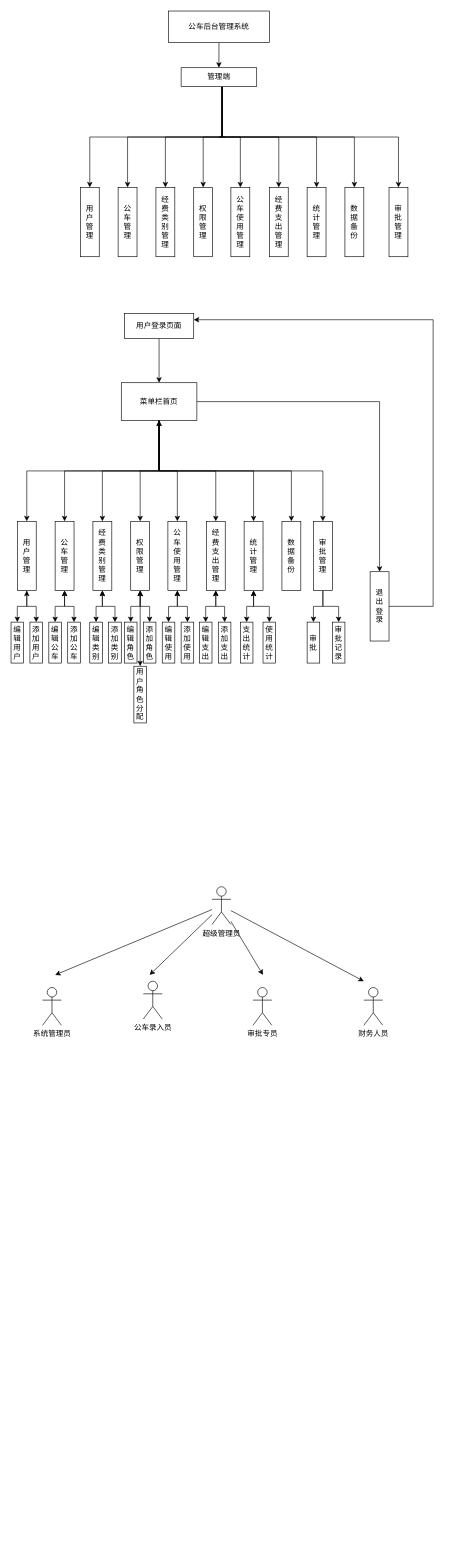
Above: Untitled Diagram.drawio in tkbyjb/HexoToTypecho (draw.io), before the change. Source tidied: cells renumbered, new cells numbered last; positions are measured from the earlier drawing's top-left corner, leaving out a move shared by most shapes. Both pictures are drawn from the tidied source at 63%, with x=0, y=0 at pixel (11, 11).
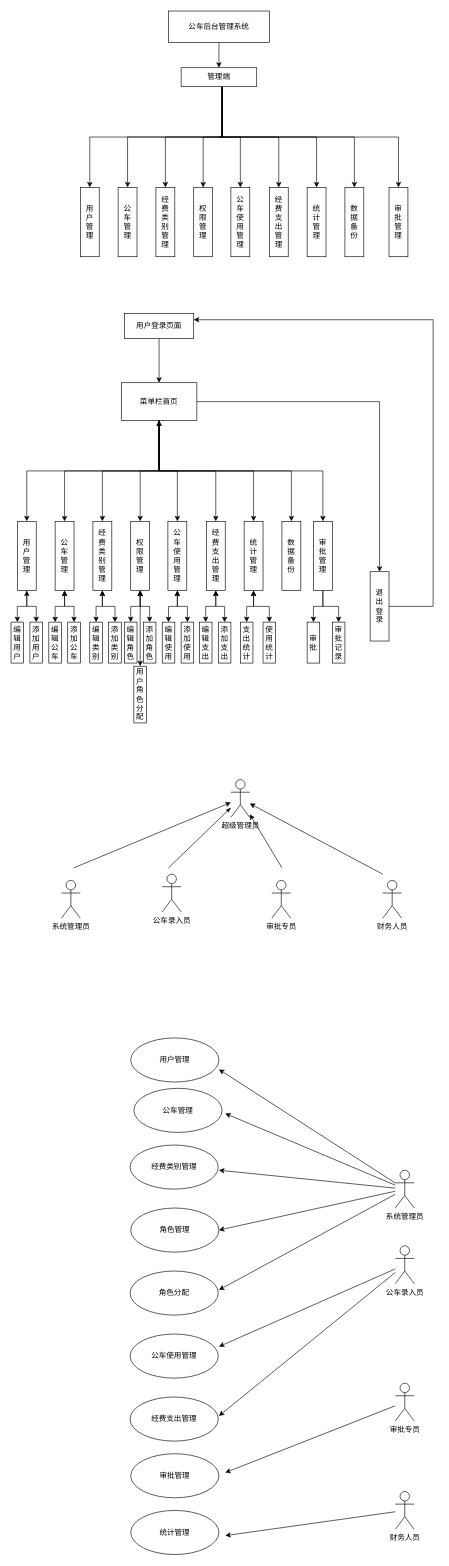
After the change.

Diff of the diagram source:
```diff
@@
-    <mxCell id="81" style="rounded=0;jettySize=auto;html=1;startArrow=none;startFill=0;" parent="1" edge="1" source="85">
+    <mxCell id="81" style="rounded=0;jettySize=auto;html=1;startArrow=classicThin;startFill=1;endArrow=none;endFill=0;" parent="1" edge="1" source="85">
       <mxGeometry relative="1" as="geometry">
-        <mxPoint x="220" y="1530" as="targetPoint" />
+        <mxPoint x="250" y="1360" as="targetPoint" />
       </mxGeometry>
     </mxCell>
-    <mxCell id="82" style="edgeStyle=none;rounded=0;jettySize=auto;html=1;startArrow=none;startFill=0;" parent="1" edge="1" source="85">
+    <mxCell id="82" style="edgeStyle=none;rounded=0;jettySize=auto;html=1;startArrow=classic;startFill=1;endArrow=none;endFill=0;" parent="1" edge="1" source="85">
       <mxGeometry relative="1" as="geometry">
-        <mxPoint x="400" y="1530" as="targetPoint" />
+        <mxPoint x="430" y="1360" as="targetPoint" />
       </mxGeometry>
     </mxCell>
-    <mxCell id="83" style="edgeStyle=none;rounded=0;jettySize=auto;html=1;startArrow=none;startFill=0;" parent="1" edge="1" source="85">
+    <mxCell id="83" style="edgeStyle=none;rounded=0;jettySize=auto;html=1;startArrow=classic;startFill=1;endArrow=none;endFill=0;" parent="1" edge="1" source="85">
       <mxGeometry relative="1" as="geometry">
-        <mxPoint x="560" y="1540" as="targetPoint" />
+        <mxPoint x="590" y="1370" as="targetPoint" />
       </mxGeometry>
     </mxCell>
-    <mxCell id="84" style="edgeStyle=none;rounded=0;jettySize=auto;html=1;startArrow=none;startFill=0;" parent="1" edge="1" source="85">
+    <mxCell id="84" style="edgeStyle=none;rounded=0;jettySize=auto;html=1;startArrow=classic;startFill=1;endArrow=none;endFill=0;" parent="1" edge="1" source="85">
       <mxGeometry relative="1" as="geometry">
-        <mxPoint x="70" y="1530" as="targetPoint" />
+        <mxPoint x="100" y="1360" as="targetPoint" />
       </mxGeometry>
     </mxCell>
     <mxCell id="85" value="超级管理员" style="shape=umlActor;verticalLabelPosition=bottom;verticalAlign=top;html=1;outlineConnect=0;" parent="1" vertex="1">
-      <mxGeometry x="319" y="1390" width="30" height="60" as="geometry" />
+      <mxGeometry x="349" y="1220" width="30" height="60" as="geometry" />
     </mxCell>
     <mxCell id="86" value="公车录入员" style="shape=umlActor;verticalLabelPosition=bottom;verticalAlign=top;html=1;" parent="1" vertex="1">
-      <mxGeometry x="210" y="1540" width="30" height="60" as="geometry" />
+      <mxGeometry x="240" y="1370" width="30" height="60" as="geometry" />
     </mxCell>
     <mxCell id="87" value="审批专员" style="shape=umlActor;verticalLabelPosition=bottom;verticalAlign=top;html=1;" parent="1" vertex="1">
-      <mxGeometry x="384" y="1550" width="30" height="60" as="geometry" />
+      <mxGeometry x="414" y="1380" width="30" height="60" as="geometry" />
     </mxCell>
     <mxCell id="88" value="财务人员" style="shape=umlActor;verticalLabelPosition=bottom;verticalAlign=top;html=1;" parent="1" vertex="1">
-      <mxGeometry x="560" y="1550" width="30" height="60" as="geometry" />
+      <mxGeometry x="590" y="1380" width="30" height="60" as="geometry" />
     </mxCell>
     <mxCell id="89" value="系统管理员" style="shape=umlActor;verticalLabelPosition=bottom;verticalAlign=top;html=1;" parent="1" vertex="1">
-      <mxGeometry x="50" y="1550" width="30" height="60" as="geometry" />
+      <mxGeometry x="80" y="1380" width="30" height="60" as="geometry" />
     </mxCell>
+    <mxCell id="90" value="统计管理" style="ellipse;whiteSpace=wrap;html=1;" parent="1" vertex="1">
+      <mxGeometry x="190" y="2380" width="140" height="70" as="geometry" />
+    </mxCell>
+    <mxCell id="91" value="审批管理" style="ellipse;whiteSpace=wrap;html=1;" parent="1" vertex="1">
+      <mxGeometry x="190" y="2290" width="140" height="70" as="geometry" />
+    </mxCell>
+    <mxCell id="92" value="用户管理" style="ellipse;whiteSpace=wrap;html=1;" parent="1" vertex="1">
+      <mxGeometry x="190" y="1630" width="140" height="70" as="geometry" />
+    </mxCell>
+    <mxCell id="93" value="经费支出管理" style="ellipse;whiteSpace=wrap;html=1;" parent="1" vertex="1">
+      <mxGeometry x="189" y="2200" width="140" height="70" as="geometry" />
+    </mxCell>
+    <mxCell id="94" value="公车使用管理" style="ellipse;whiteSpace=wrap;html=1;" parent="1" vertex="1">
+      <mxGeometry x="189" y="2100" width="140" height="70" as="geometry" />
+    </mxCell>
+    <mxCell id="95" value="角色分配" style="ellipse;whiteSpace=wrap;html=1;" parent="1" vertex="1">
+      <mxGeometry x="189" y="2000" width="140" height="70" as="geometry" />
+    </mxCell>
+    <mxCell id="96" value="公车管理" style="ellipse;whiteSpace=wrap;html=1;" parent="1" vertex="1">
+      <mxGeometry x="195" y="1710" width="140" height="70" as="geometry" />
+    </mxCell>
+    <mxCell id="97" value="经费类别管理" style="ellipse;whiteSpace=wrap;html=1;" parent="1" vertex="1">
+      <mxGeometry x="189" y="1800" width="140" height="70" as="geometry" />
+    </mxCell>
+    <mxCell id="98" value="角色管理" style="ellipse;whiteSpace=wrap;html=1;" parent="1" vertex="1">
+      <mxGeometry x="190" y="1900" width="140" height="70" as="geometry" />
+    </mxCell>
+    <mxCell id="99" style="edgeStyle=none;rounded=0;jettySize=auto;html=1;entryX=1;entryY=0.714;entryDx=0;entryDy=0;entryPerimeter=0;startArrow=none;startFill=0;endArrow=classic;endFill=1;" parent="1" edge="1" source="104" target="92">
+      <mxGeometry relative="1" as="geometry" />
+    </mxCell>
+    <mxCell id="100" style="edgeStyle=none;rounded=0;jettySize=auto;html=1;startArrow=none;startFill=0;endArrow=classic;endFill=1;" parent="1" edge="1" source="104">
+      <mxGeometry relative="1" as="geometry">
+        <mxPoint x="340" y="1750" as="targetPoint" />
+      </mxGeometry>
+    </mxCell>
+    <mxCell id="101" style="edgeStyle=none;rounded=0;jettySize=auto;html=1;startArrow=none;startFill=0;endArrow=classic;endFill=1;" parent="1" edge="1" source="104">
+      <mxGeometry relative="1" as="geometry">
+        <mxPoint x="330" y="1840" as="targetPoint" />
+      </mxGeometry>
+    </mxCell>
+    <mxCell id="102" style="edgeStyle=none;rounded=0;jettySize=auto;html=1;entryX=1;entryY=0.5;entryDx=0;entryDy=0;startArrow=none;startFill=0;endArrow=classic;endFill=1;" parent="1" edge="1" source="104" target="98">
+      <mxGeometry relative="1" as="geometry" />
+    </mxCell>
+    <mxCell id="103" style="edgeStyle=none;rounded=0;jettySize=auto;html=1;startArrow=none;startFill=0;endArrow=classic;endFill=1;" parent="1" edge="1" source="104">
+      <mxGeometry relative="1" as="geometry">
+        <mxPoint x="330" y="2030" as="targetPoint" />
+      </mxGeometry>
+    </mxCell>
+    <mxCell id="104" value="系统管理员" style="shape=umlActor;verticalLabelPosition=bottom;verticalAlign=top;html=1;outlineConnect=0;" parent="1" vertex="1">
+      <mxGeometry x="610" y="1840" width="30" height="60" as="geometry" />
+    </mxCell>
+    <mxCell id="105" style="edgeStyle=none;rounded=0;jettySize=auto;html=1;startArrow=none;startFill=0;endArrow=classic;endFill=1;" parent="1" edge="1" source="107">
+      <mxGeometry relative="1" as="geometry">
+        <mxPoint x="330" y="2120" as="targetPoint" />
+      </mxGeometry>
+    </mxCell>
+    <mxCell id="106" style="edgeStyle=none;rounded=0;jettySize=auto;html=1;startArrow=none;startFill=0;endArrow=classic;endFill=1;" parent="1" edge="1" source="107">
+      <mxGeometry relative="1" as="geometry">
+        <mxPoint x="330" y="2230" as="targetPoint" />
+      </mxGeometry>
+    </mxCell>
+    <mxCell id="107" value="公车录入员" style="shape=umlActor;verticalLabelPosition=bottom;verticalAlign=top;html=1;outlineConnect=0;" parent="1" vertex="1">
+      <mxGeometry x="610" y="1960" width="30" height="60" as="geometry" />
+    </mxCell>
+    <mxCell id="108" style="edgeStyle=none;rounded=0;jettySize=auto;html=1;startArrow=none;startFill=0;endArrow=classic;endFill=1;" parent="1" edge="1" source="109">
+      <mxGeometry relative="1" as="geometry">
+        <mxPoint x="340" y="2320" as="targetPoint" />
+      </mxGeometry>
+    </mxCell>
+    <mxCell id="109" value="审批专员" style="shape=umlActor;verticalLabelPosition=bottom;verticalAlign=top;html=1;outlineConnect=0;" parent="1" vertex="1">
+      <mxGeometry x="610" y="2178" width="30" height="60" as="geometry" />
+    </mxCell>
+    <mxCell id="110" style="edgeStyle=none;rounded=0;jettySize=auto;html=1;startArrow=none;startFill=0;endArrow=classic;endFill=1;" parent="1" edge="1" source="111">
+      <mxGeometry relative="1" as="geometry">
+        <mxPoint x="340" y="2420" as="targetPoint" />
+      </mxGeometry>
+    </mxCell>
+    <mxCell id="111" value="财务人员" style="shape=umlActor;verticalLabelPosition=bottom;verticalAlign=top;html=1;outlineConnect=0;" parent="1" vertex="1">
+      <mxGeometry x="610" y="2350" width="30" height="60" as="geometry" />
+    </mxCell>
```
